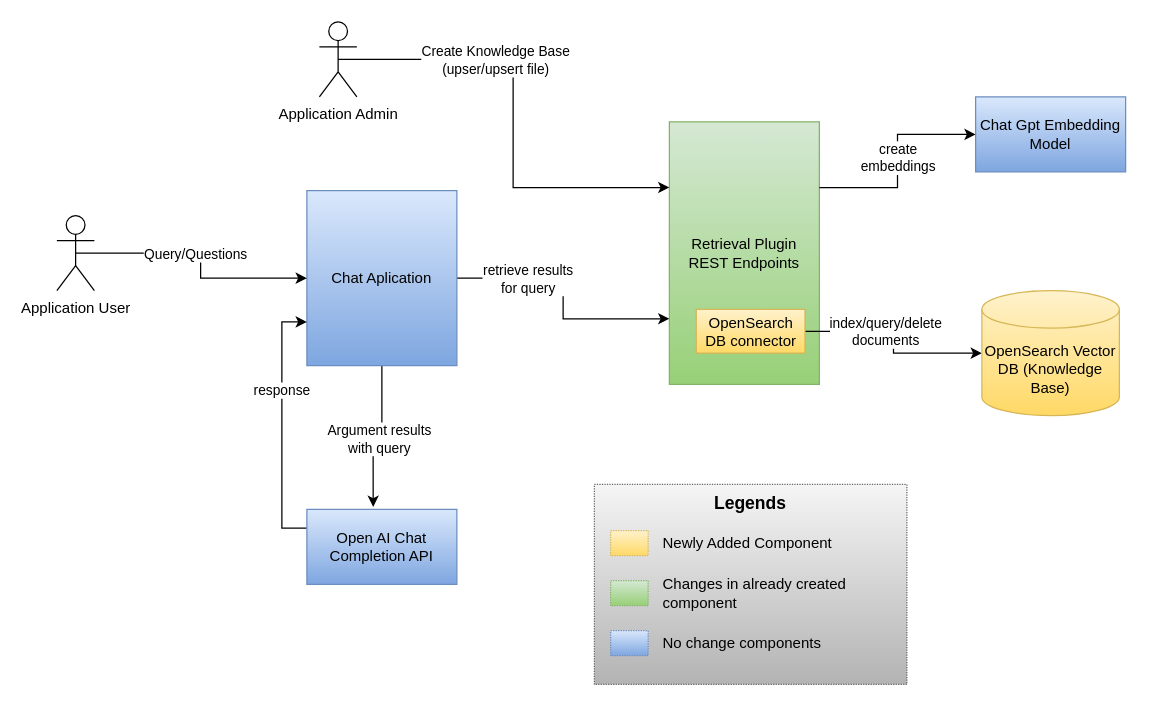
This is page "Page-1" (1 of 2) of OpenSearch/OS_Datstore in Reterival Plugin.drawio from navneet1v/FlowDiagram, a draw.io file, before an edit. Source tidied: cells renumbered, new cells numbered last; positions are measured from the earlier drawing's top-left corner, leaving out a move shared by most shapes. Both pictures are drawn from the tidied source at 125%, with x=0, y=0 at pixel (56, 21).
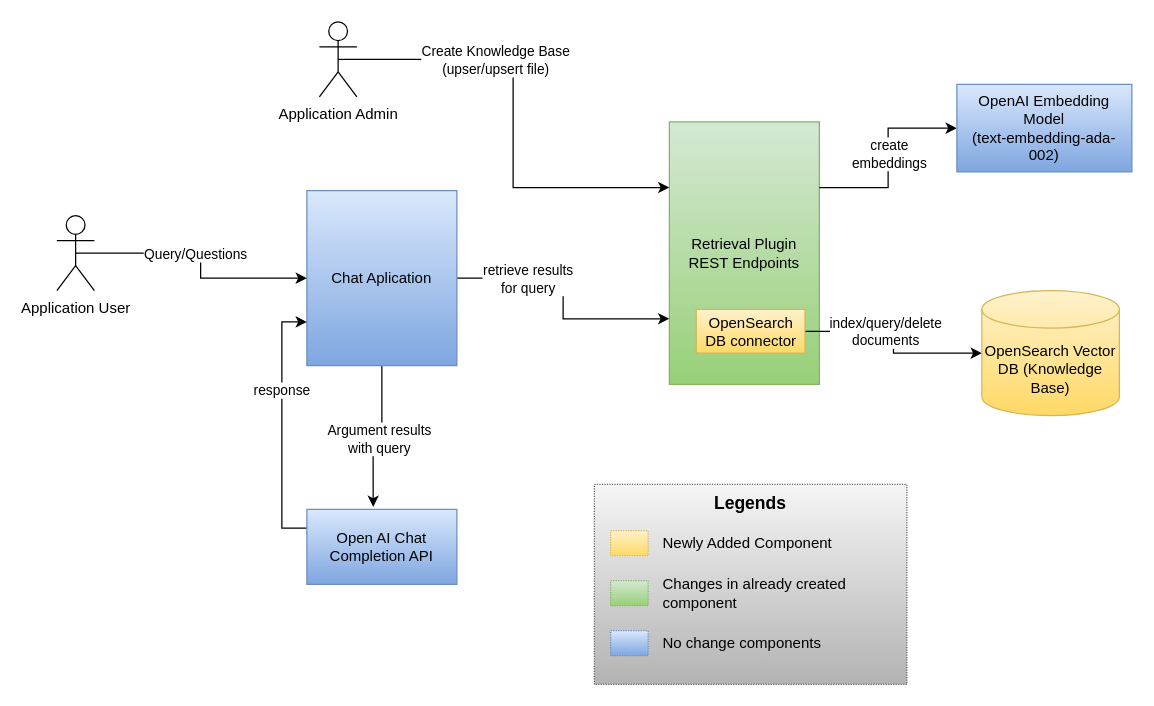
The same diagram, later.

Change to the diagram source:
```diff
@@
-    <mxCell id="7" value="Chat Gpt Embedding Model" style="rounded=0;whiteSpace=wrap;html=1;fillColor=#dae8fc;gradientColor=#7ea6e0;strokeColor=#6c8ebf;" parent="1" vertex="1">
-      <mxGeometry x="735" y="60" width="120" height="60" as="geometry" />
+    <mxCell id="7" value="OpenAI Embedding Model&lt;br&gt;(text-embedding-ada-002&lt;span style=&quot;background-color: initial;&quot;&gt;)&lt;/span&gt;" style="rounded=0;whiteSpace=wrap;html=1;fillColor=#dae8fc;gradientColor=#7ea6e0;strokeColor=#6c8ebf;" parent="1" vertex="1">
+      <mxGeometry x="720" y="50" width="140" height="70" as="geometry" />
     </mxCell>
```
